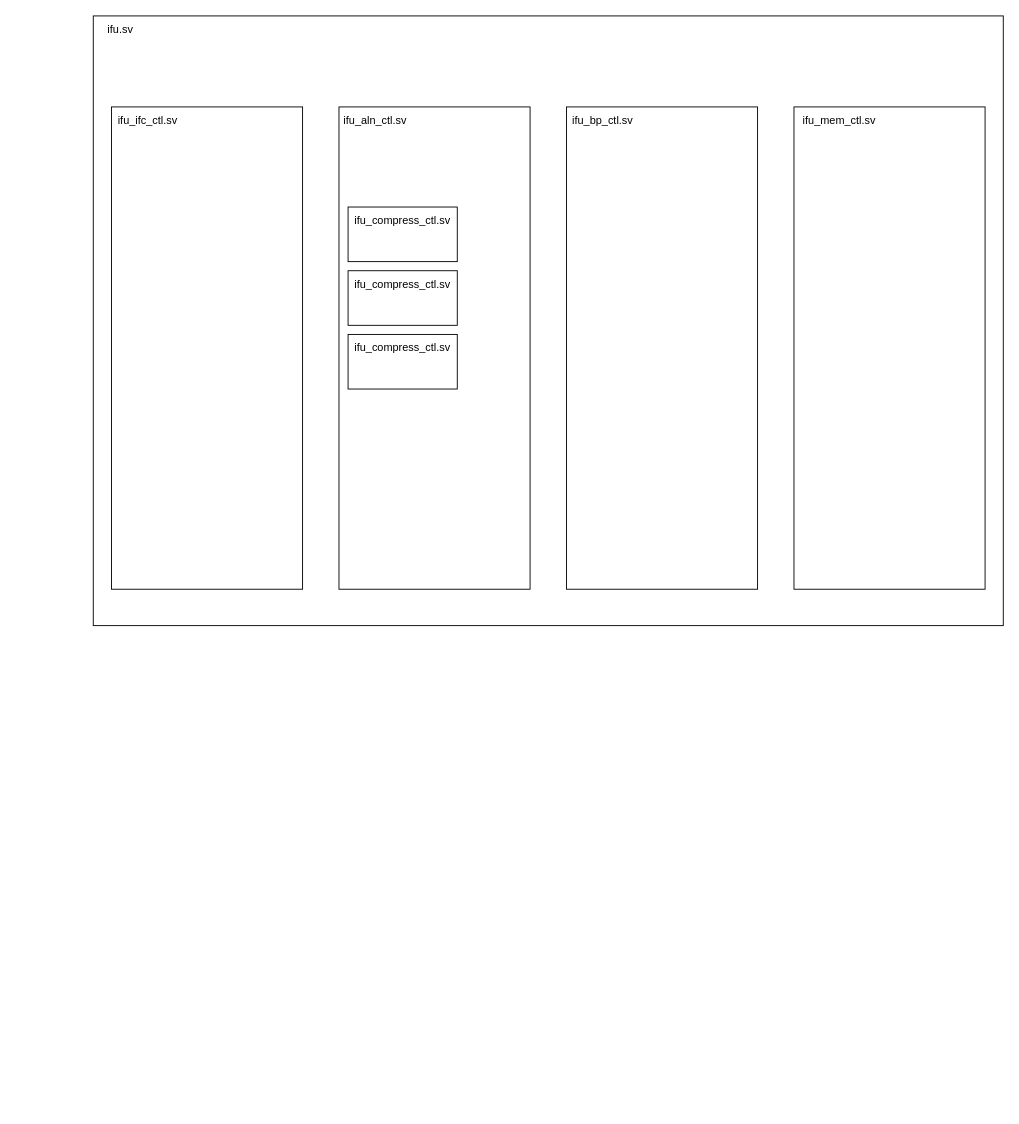
Before: Untitled Diagram.drawio in Shainisore/drawio, a draw.io diagram. Source tidied: cells renumbered, new cells numbered last; positions are measured from the earlier drawing's top-left corner, leaving out a move shared by most shapes. Both pictures are drawn from the tidied source at 91%, with x=0, y=0 at pixel (93, 15).
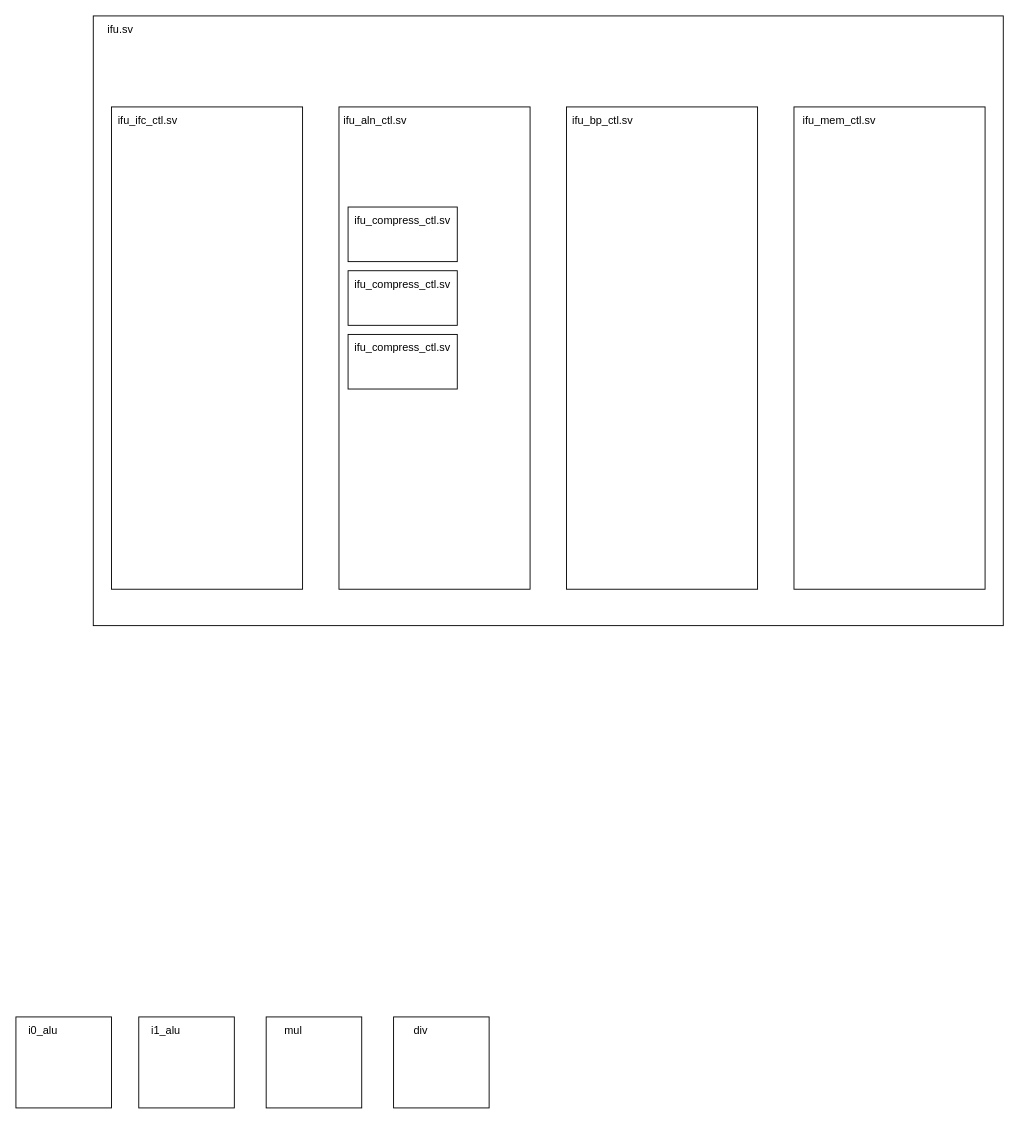
The same diagram, later.

Change to the diagram source:
```diff
@@
+    <mxCell id="18" style="rounded=0;whiteSpace=wrap;html=1;" parent="1" vertex="1">
+      <mxGeometry x="-85" y="1100" width="105" height="100" as="geometry" />
+    </mxCell>
+    <mxCell id="19" style="rounded=0;whiteSpace=wrap;html=1;" parent="1" vertex="1">
+      <mxGeometry x="50" y="1100" width="105" height="100" as="geometry" />
+    </mxCell>
+    <mxCell id="20" value="i0_alu" style="text;html=1;strokeColor=none;fillColor=none;align=center;verticalAlign=middle;whiteSpace=wrap;rounded=0;" parent="1" vertex="1">
+      <mxGeometry x="-85" y="1100" width="60" height="30" as="geometry" />
+    </mxCell>
+    <mxCell id="21" value="i1_alu" style="text;html=1;strokeColor=none;fillColor=none;align=center;verticalAlign=middle;whiteSpace=wrap;rounded=0;" parent="1" vertex="1">
+      <mxGeometry x="50" y="1100" width="60" height="30" as="geometry" />
+    </mxCell>
+    <mxCell id="22" style="rounded=0;whiteSpace=wrap;html=1;" parent="1" vertex="1">
+      <mxGeometry x="190" y="1100" width="105" height="100" as="geometry" />
+    </mxCell>
+    <mxCell id="23" value="mul" style="text;html=1;strokeColor=none;fillColor=none;align=center;verticalAlign=middle;whiteSpace=wrap;rounded=0;" parent="1" vertex="1">
+      <mxGeometry x="190" y="1100" width="60" height="30" as="geometry" />
+    </mxCell>
+    <mxCell id="24" style="rounded=0;whiteSpace=wrap;html=1;" parent="1" vertex="1">
+      <mxGeometry x="330" y="1100" width="105" height="100" as="geometry" />
+    </mxCell>
+    <mxCell id="25" value="div" style="text;html=1;strokeColor=none;fillColor=none;align=center;verticalAlign=middle;whiteSpace=wrap;rounded=0;" parent="1" vertex="1">
+      <mxGeometry x="330" y="1100" width="60" height="30" as="geometry" />
+    </mxCell>
```
